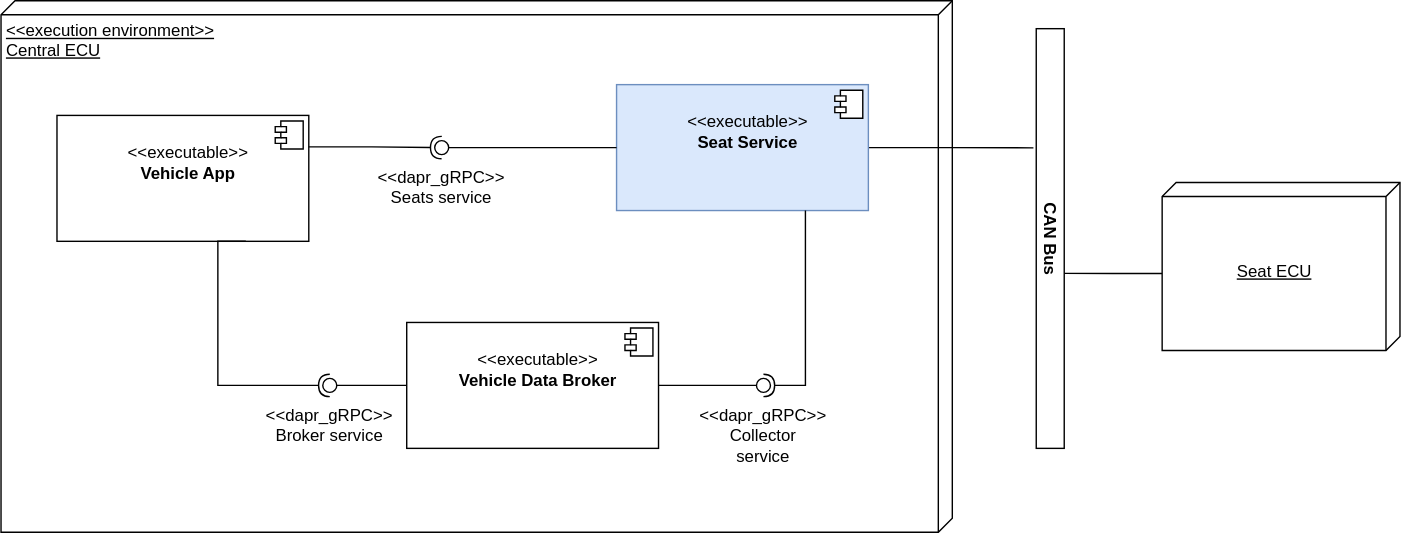
Earlier version of the draw.io export seat_service/docs/assets/SeatService_context.svg (eclipse-kuksa/kuksa.val.services). Source tidied: cells renumbered, new cells last; positions are measured from the earlier drawing's top-left corner, leaving out a move shared by most shapes.
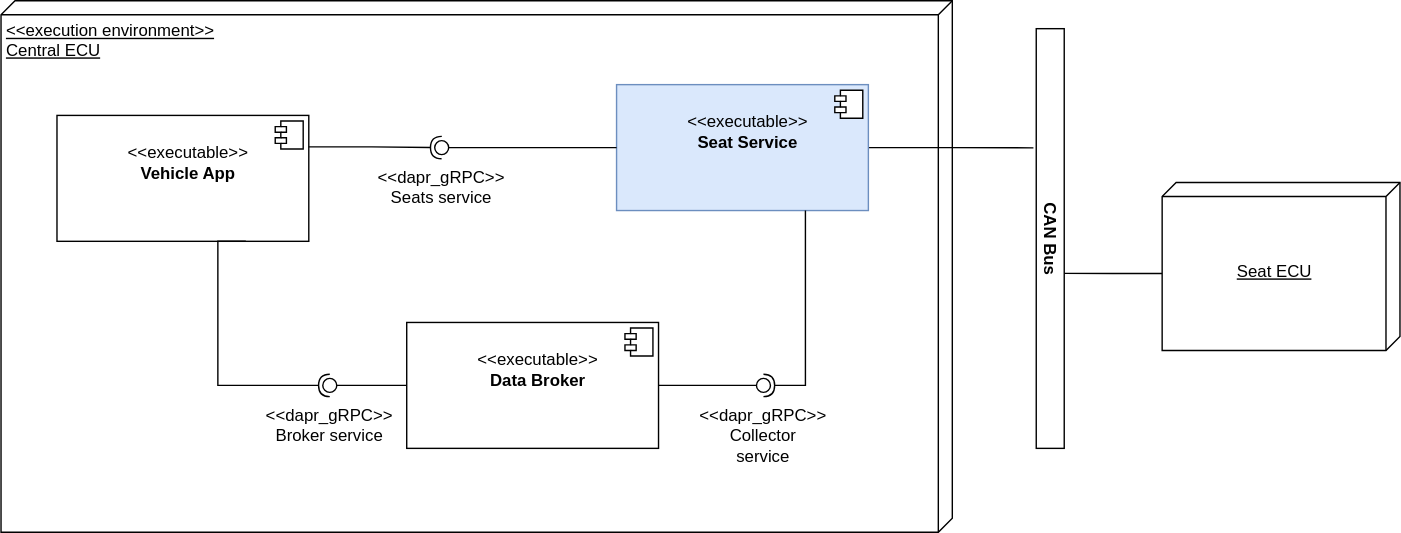
The same file after the commit.

The edit, as a diff of the source:
```diff
@@ -24,7 +24,7 @@
         <mxPoint x="-24" y="4" as="offset" />
       </mxGeometry>
     </mxCell>
-    <mxCell id="8" value="&lt;p style=&quot;margin: 6px 0px 0px&quot;&gt;&lt;/p&gt;&lt;p style=&quot;margin: 0px ; margin-left: 8px&quot;&gt;&lt;b&gt;&lt;br&gt;&lt;/b&gt;&lt;/p&gt;&lt;p style=&quot;margin: 0px ; margin-left: 8px&quot;&gt;&amp;lt;&amp;lt;executable&amp;gt;&amp;gt;&lt;b&gt;&lt;br&gt;&lt;/b&gt;&lt;/p&gt;&lt;p style=&quot;margin: 0px ; margin-left: 8px&quot;&gt;&lt;b&gt;Vehicle Data Broker&lt;/b&gt;&lt;/p&gt;" style="align=center;overflow=fill;html=1;verticalAlign=middle;" parent="1" vertex="1">
+    <mxCell id="8" value="&lt;p style=&quot;margin: 6px 0px 0px&quot;&gt;&lt;/p&gt;&lt;p style=&quot;margin: 0px ; margin-left: 8px&quot;&gt;&lt;b&gt;&lt;br&gt;&lt;/b&gt;&lt;/p&gt;&lt;p style=&quot;margin: 0px ; margin-left: 8px&quot;&gt;&amp;lt;&amp;lt;executable&amp;gt;&amp;gt;&lt;b&gt;&lt;br&gt;&lt;/b&gt;&lt;/p&gt;&lt;p style=&quot;margin: 0px ; margin-left: 8px&quot;&gt;&lt;b&gt;Data Broker&lt;/b&gt;&lt;/p&gt;" style="align=center;overflow=fill;html=1;verticalAlign=middle;" parent="1" vertex="1">
       <mxGeometry x="290" y="230" width="180" height="90" as="geometry" />
     </mxCell>
     <mxCell id="9" style="shape=component;jettyWidth=8;jettyHeight=4;" parent="8" vertex="1">
```
